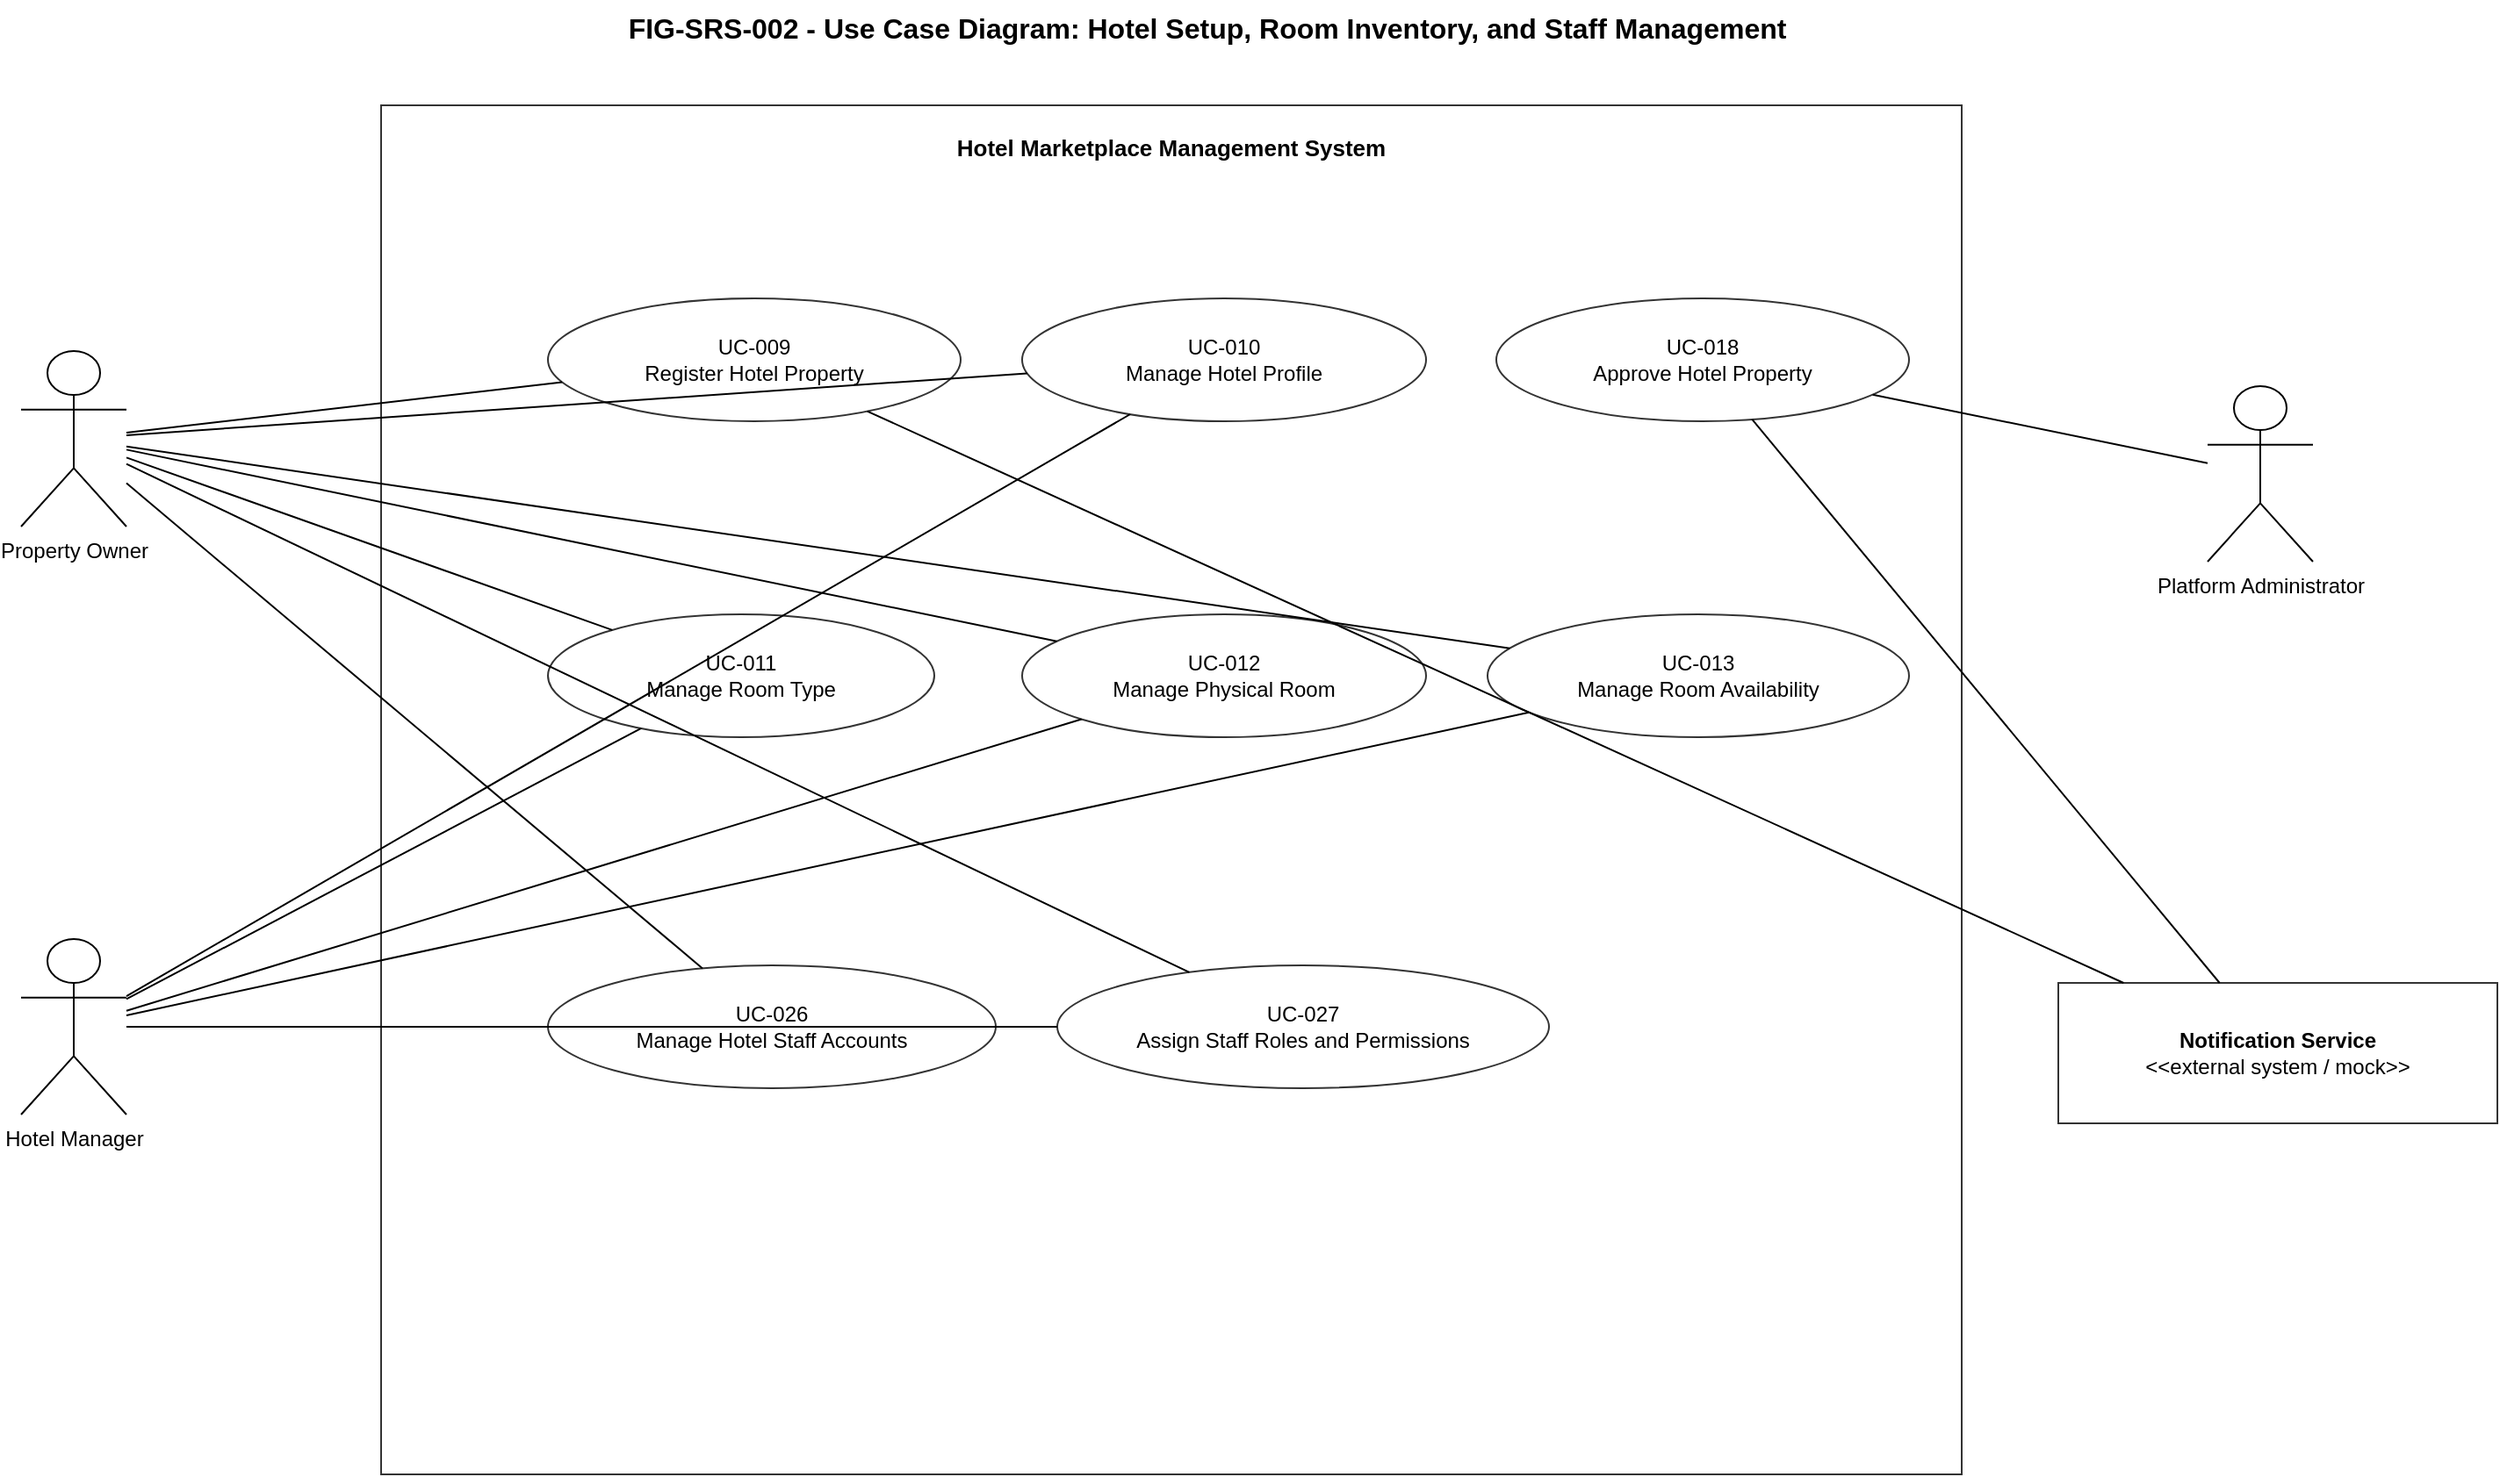
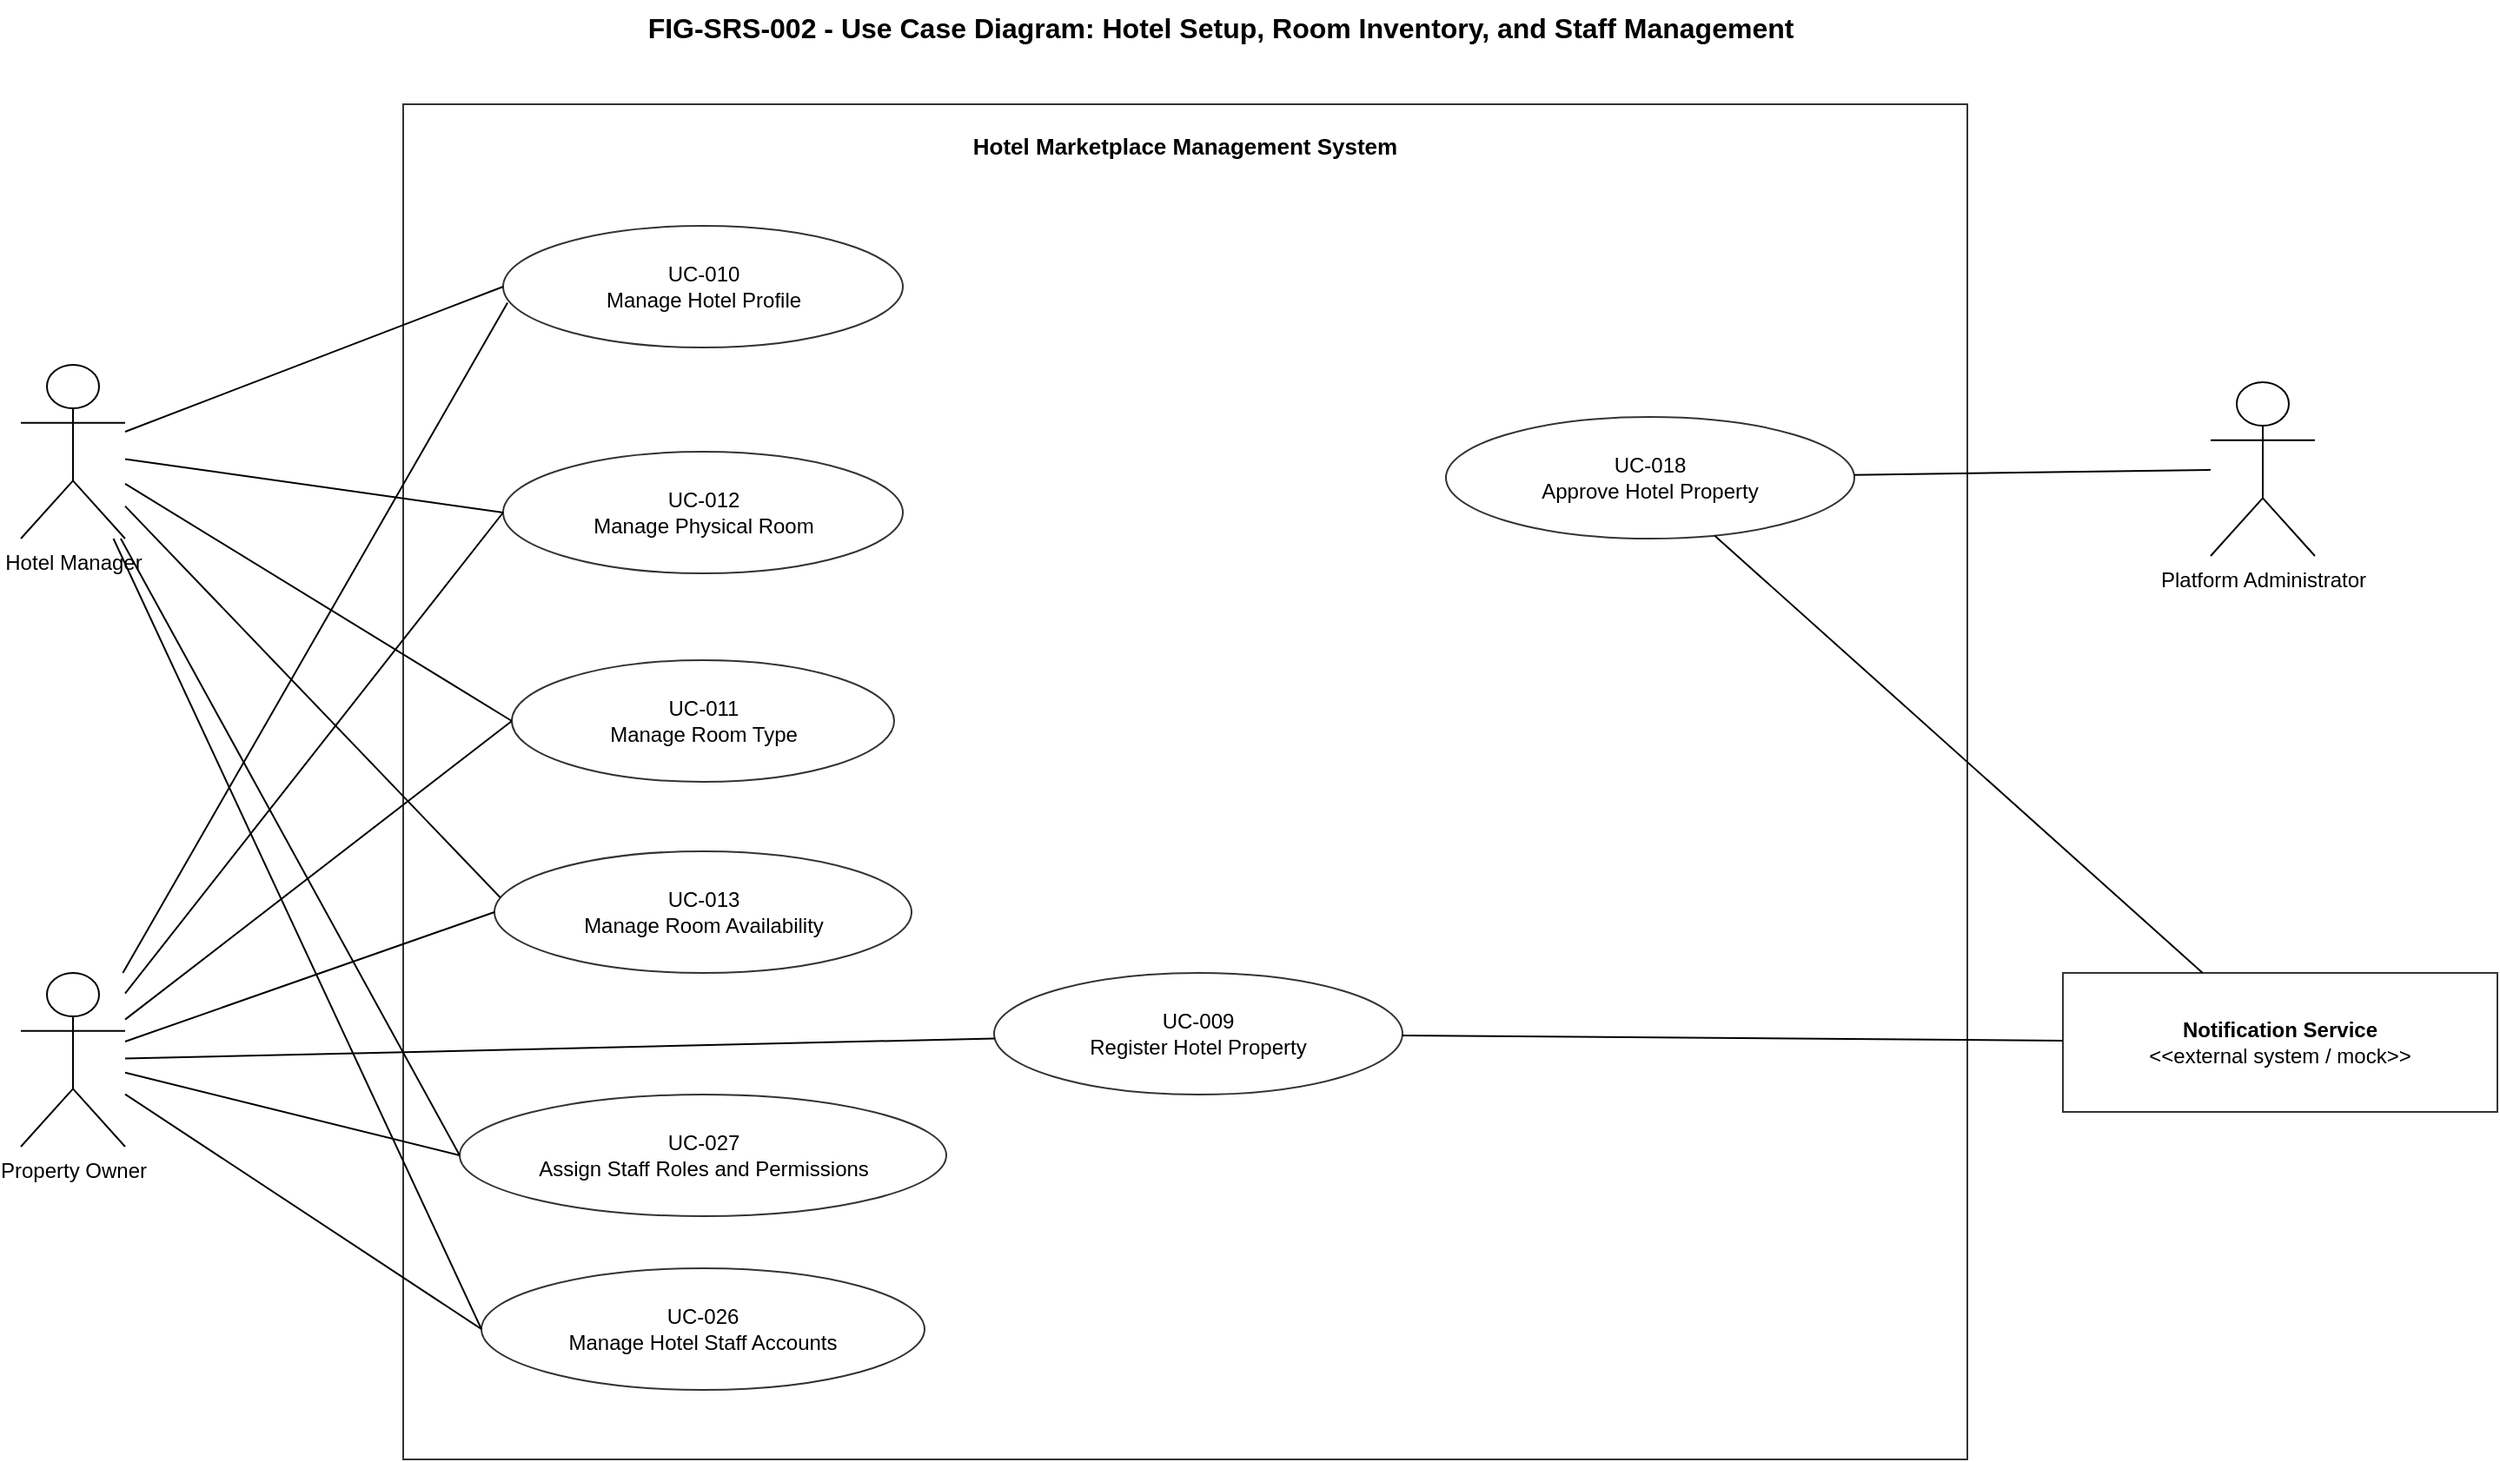
- <mxfile host="app.diagrams.net">
-   <diagram name="FIG-SRS-002 - Hotel Setup Inventory Staff">
-     <mxGraphModel dx="1200" dy="800" grid="1" gridSize="10" guides="1" tooltips="1" connect="1" arrows="1" fold="1" page="1" pageScale="1" pageWidth="1600" pageHeight="1000" math="0" shadow="0">
+ <mxfile host="Electron" agent="Mozilla/5.0 (Windows NT 10.0; Win64; x64) AppleWebKit/537.36 (KHTML, like Gecko) draw.io/29.6.6 Chrome/144.0.7559.236 Electron/40.8.4 Safari/537.36" version="29.6.6">
+   <diagram name="FIG-SRS-002 - Hotel Setup Inventory Staff" id="0">
+     <mxGraphModel dx="1603" dy="963" grid="1" gridSize="10" guides="1" tooltips="1" connect="1" arrows="1" fold="1" page="1" pageScale="1" pageWidth="1600" pageHeight="1000" math="0" shadow="0">
      <root>
-         <mxCell id="0"/>
-         <mxCell id="1" parent="0"/>
-         <mxCell id="title" value="FIG-SRS-002 - Use Case Diagram: Hotel Setup, Room Inventory, and Staff Management" style="text;html=1;strokeColor=none;fillColor=none;fontSize=16;fontStyle=1;align=center;" vertex="1" parent="1">
-           <mxGeometry x="330" y="30" width="940" height="40" as="geometry"/>
+         <mxCell id="0" />
+         <mxCell id="1" parent="0" />
+         <mxCell id="title" parent="1" style="text;html=1;strokeColor=none;fillColor=none;fontSize=16;fontStyle=1;align=center;" value="FIG-SRS-002 - Use Case Diagram: Hotel Setup, Room Inventory, and Staff Management" vertex="1">
+           <mxGeometry height="40" width="940" x="330" y="30" as="geometry" />
        </mxCell>
-         <mxCell id="boundary_hotel_setup" value="Hotel Marketplace Management System" style="rounded=0;whiteSpace=wrap;html=1;fillColor=none;strokeColor=#333333;strokeWidth=1;fontSize=13;fontStyle=1;verticalAlign=top;align=center;spacingTop=10;" vertex="1" parent="1">
-           <mxGeometry x="330" y="90" width="900" height="780" as="geometry"/>
+         <mxCell id="boundary_hotel_setup" parent="1" style="rounded=0;whiteSpace=wrap;html=1;fillColor=none;strokeColor=#333333;strokeWidth=1;fontSize=13;fontStyle=1;verticalAlign=top;align=center;spacingTop=10;" value="Hotel Marketplace Management System" vertex="1">
+           <mxGeometry height="780" width="900" x="330" y="90" as="geometry" />
        </mxCell>
-         <mxCell id="actor_owner" value="Property Owner" style="shape=umlActor;verticalLabelPosition=bottom;verticalAlign=top;html=1;outlineConnect=0;fontSize=12;" vertex="1" parent="1">
-           <mxGeometry x="125" y="230" width="60" height="100" as="geometry"/>
+         <mxCell id="uc_009" parent="boundary_hotel_setup" style="ellipse;whiteSpace=wrap;html=1;fillColor=#ffffff;strokeColor=#333333;fontSize=12;" value="UC-009&#xa;Register Hotel Property" vertex="1">
+           <mxGeometry height="70" width="235" x="340" y="500" as="geometry" />
        </mxCell>
-         <mxCell id="actor_manager" value="Hotel Manager" style="shape=umlActor;verticalLabelPosition=bottom;verticalAlign=top;html=1;outlineConnect=0;fontSize=12;" vertex="1" parent="1">
-           <mxGeometry x="125" y="565" width="60" height="100" as="geometry"/>
+         <mxCell id="uc_010" parent="boundary_hotel_setup" style="ellipse;whiteSpace=wrap;html=1;fillColor=#ffffff;strokeColor=#333333;fontSize=12;" value="UC-010&#xa;Manage Hotel Profile" vertex="1">
+           <mxGeometry height="70" width="230" x="57.5" y="70" as="geometry" />
        </mxCell>
-         <mxCell id="actor_admin" value="Platform Administrator" style="shape=umlActor;verticalLabelPosition=bottom;verticalAlign=top;html=1;outlineConnect=0;fontSize=12;" vertex="1" parent="1">
-           <mxGeometry x="1370" y="250" width="60" height="100" as="geometry"/>
+         <mxCell id="uc_011" parent="boundary_hotel_setup" style="ellipse;whiteSpace=wrap;html=1;fillColor=#ffffff;strokeColor=#333333;fontSize=12;" value="UC-011&#xa;Manage Room Type" vertex="1">
+           <mxGeometry height="70" width="220" x="62.5" y="320" as="geometry" />
        </mxCell>
-         <mxCell id="actor_notification" value="&lt;b&gt;Notification Service&lt;/b&gt;&lt;br&gt;&amp;lt;&amp;lt;external system / mock&amp;gt;&amp;gt;" style="rounded=0;whiteSpace=wrap;html=1;fillColor=#ffffff;strokeColor=#333333;fontSize=12;align=center;verticalAlign=middle;" vertex="1" parent="1">
-           <mxGeometry x="1285" y="590" width="250" height="80" as="geometry"/>
+         <mxCell id="uc_012" parent="boundary_hotel_setup" style="ellipse;whiteSpace=wrap;html=1;fillColor=#ffffff;strokeColor=#333333;fontSize=12;" value="UC-012&#xa;Manage Physical Room" vertex="1">
+           <mxGeometry height="70" width="230" x="57.5" y="200" as="geometry" />
        </mxCell>
-         <mxCell id="uc_009" value="UC-009&#xa;Register Hotel Property" style="ellipse;whiteSpace=wrap;html=1;fillColor=#ffffff;strokeColor=#333333;fontSize=12;" vertex="1" parent="boundary_hotel_setup">
-           <mxGeometry x="95" y="110" width="235" height="70" as="geometry"/>
+         <mxCell id="uc_013" parent="boundary_hotel_setup" style="ellipse;whiteSpace=wrap;html=1;fillColor=#ffffff;strokeColor=#333333;fontSize=12;" value="UC-013&#xa;Manage Room Availability" vertex="1">
+           <mxGeometry height="70" width="240" x="52.5" y="430" as="geometry" />
        </mxCell>
-         <mxCell id="uc_010" value="UC-010&#xa;Manage Hotel Profile" style="ellipse;whiteSpace=wrap;html=1;fillColor=#ffffff;strokeColor=#333333;fontSize=12;" vertex="1" parent="boundary_hotel_setup">
-           <mxGeometry x="365" y="110" width="230" height="70" as="geometry"/>
+         <mxCell id="uc_026" parent="boundary_hotel_setup" style="ellipse;whiteSpace=wrap;html=1;fillColor=#ffffff;strokeColor=#333333;fontSize=12;" value="UC-026&#xa;Manage Hotel Staff Accounts" vertex="1">
+           <mxGeometry height="70" width="255" x="45" y="670" as="geometry" />
        </mxCell>
-         <mxCell id="uc_011" value="UC-011&#xa;Manage Room Type" style="ellipse;whiteSpace=wrap;html=1;fillColor=#ffffff;strokeColor=#333333;fontSize=12;" vertex="1" parent="boundary_hotel_setup">
-           <mxGeometry x="95" y="290" width="220" height="70" as="geometry"/>
+         <mxCell id="uc_027" parent="boundary_hotel_setup" style="ellipse;whiteSpace=wrap;html=1;fillColor=#ffffff;strokeColor=#333333;fontSize=12;" value="UC-027&#xa;Assign Staff Roles and Permissions" vertex="1">
+           <mxGeometry height="70" width="280" x="32.5" y="570" as="geometry" />
        </mxCell>
-         <mxCell id="uc_012" value="UC-012&#xa;Manage Physical Room" style="ellipse;whiteSpace=wrap;html=1;fillColor=#ffffff;strokeColor=#333333;fontSize=12;" vertex="1" parent="boundary_hotel_setup">
-           <mxGeometry x="365" y="290" width="230" height="70" as="geometry"/>
+         <mxCell id="uc_018" parent="boundary_hotel_setup" style="ellipse;whiteSpace=wrap;html=1;fillColor=#ffffff;strokeColor=#333333;fontSize=12;" value="UC-018&#xa;Approve Hotel Property" vertex="1">
+           <mxGeometry height="70" width="235" x="600" y="180" as="geometry" />
        </mxCell>
-         <mxCell id="uc_013" value="UC-013&#xa;Manage Room Availability" style="ellipse;whiteSpace=wrap;html=1;fillColor=#ffffff;strokeColor=#333333;fontSize=12;" vertex="1" parent="boundary_hotel_setup">
-           <mxGeometry x="630" y="290" width="240" height="70" as="geometry"/>
+         <mxCell id="actor_owner" parent="1" style="shape=umlActor;verticalLabelPosition=bottom;verticalAlign=top;html=1;outlineConnect=0;fontSize=12;" value="Property Owner" vertex="1">
+           <mxGeometry height="100" width="60" x="110" y="590" as="geometry" />
        </mxCell>
-         <mxCell id="uc_026" value="UC-026&#xa;Manage Hotel Staff Accounts" style="ellipse;whiteSpace=wrap;html=1;fillColor=#ffffff;strokeColor=#333333;fontSize=12;" vertex="1" parent="boundary_hotel_setup">
-           <mxGeometry x="95" y="490" width="255" height="70" as="geometry"/>
+         <mxCell id="actor_manager" parent="1" style="shape=umlActor;verticalLabelPosition=bottom;verticalAlign=top;html=1;outlineConnect=0;fontSize=12;" value="Hotel Manager" vertex="1">
+           <mxGeometry height="100" width="60" x="110" y="240" as="geometry" />
        </mxCell>
-         <mxCell id="uc_027" value="UC-027&#xa;Assign Staff Roles and Permissions" style="ellipse;whiteSpace=wrap;html=1;fillColor=#ffffff;strokeColor=#333333;fontSize=12;" vertex="1" parent="boundary_hotel_setup">
-           <mxGeometry x="385" y="490" width="280" height="70" as="geometry"/>
+         <mxCell id="actor_admin" parent="1" style="shape=umlActor;verticalLabelPosition=bottom;verticalAlign=top;html=1;outlineConnect=0;fontSize=12;" value="Platform Administrator" vertex="1">
+           <mxGeometry height="100" width="60" x="1370" y="250" as="geometry" />
        </mxCell>
-         <mxCell id="uc_018" value="UC-018&#xa;Approve Hotel Property" style="ellipse;whiteSpace=wrap;html=1;fillColor=#ffffff;strokeColor=#333333;fontSize=12;" vertex="1" parent="boundary_hotel_setup">
-           <mxGeometry x="635" y="110" width="235" height="70" as="geometry"/>
+         <mxCell id="actor_notification" parent="1" style="rounded=0;whiteSpace=wrap;html=1;fillColor=#ffffff;strokeColor=#333333;fontSize=12;align=center;verticalAlign=middle;" value="&lt;b&gt;Notification Service&lt;/b&gt;&lt;br&gt;&amp;lt;&amp;lt;external system / mock&amp;gt;&amp;gt;" vertex="1">
+           <mxGeometry height="80" width="250" x="1285" y="590" as="geometry" />
        </mxCell>
-         <mxCell id="a_owner_register" style="endArrow=none;html=1;rounded=0;" edge="1" parent="1" source="actor_owner" target="uc_009"><mxGeometry relative="1" as="geometry"/></mxCell>
-         <mxCell id="a_owner_profile" style="endArrow=none;html=1;rounded=0;" edge="1" parent="1" source="actor_owner" target="uc_010"><mxGeometry relative="1" as="geometry"/></mxCell>
-         <mxCell id="a_owner_type" style="endArrow=none;html=1;rounded=0;" edge="1" parent="1" source="actor_owner" target="uc_011"><mxGeometry relative="1" as="geometry"/></mxCell>
-         <mxCell id="a_owner_room" style="endArrow=none;html=1;rounded=0;" edge="1" parent="1" source="actor_owner" target="uc_012"><mxGeometry relative="1" as="geometry"/></mxCell>
-         <mxCell id="a_owner_avail" style="endArrow=none;html=1;rounded=0;" edge="1" parent="1" source="actor_owner" target="uc_013"><mxGeometry relative="1" as="geometry"/></mxCell>
-         <mxCell id="a_owner_staff_accounts" style="endArrow=none;html=1;rounded=0;" edge="1" parent="1" source="actor_owner" target="uc_026"><mxGeometry relative="1" as="geometry"/></mxCell>
-         <mxCell id="a_owner_roles" style="endArrow=none;html=1;rounded=0;" edge="1" parent="1" source="actor_owner" target="uc_027"><mxGeometry relative="1" as="geometry"/></mxCell>
-         <mxCell id="a_manager_profile" style="endArrow=none;html=1;rounded=0;" edge="1" parent="1" source="actor_manager" target="uc_010"><mxGeometry relative="1" as="geometry"/></mxCell>
-         <mxCell id="a_manager_type" style="endArrow=none;html=1;rounded=0;" edge="1" parent="1" source="actor_manager" target="uc_011"><mxGeometry relative="1" as="geometry"/></mxCell>
-         <mxCell id="a_manager_room" style="endArrow=none;html=1;rounded=0;" edge="1" parent="1" source="actor_manager" target="uc_012"><mxGeometry relative="1" as="geometry"/></mxCell>
-         <mxCell id="a_manager_avail" style="endArrow=none;html=1;rounded=0;" edge="1" parent="1" source="actor_manager" target="uc_013"><mxGeometry relative="1" as="geometry"/></mxCell>
-         <mxCell id="a_manager_staff_accounts" style="endArrow=none;html=1;rounded=0;" edge="1" parent="1" source="actor_manager" target="uc_026"><mxGeometry relative="1" as="geometry"/></mxCell>
-         <mxCell id="a_manager_roles" style="endArrow=none;html=1;rounded=0;" edge="1" parent="1" source="actor_manager" target="uc_027"><mxGeometry relative="1" as="geometry"/></mxCell>
-         <mxCell id="a_admin_approve" style="endArrow=none;html=1;rounded=0;" edge="1" parent="1" source="actor_admin" target="uc_018"><mxGeometry relative="1" as="geometry"/></mxCell>
-         <mxCell id="a_notification_register" style="endArrow=none;html=1;rounded=0;" edge="1" parent="1" source="actor_notification" target="uc_009"><mxGeometry relative="1" as="geometry"/></mxCell>
-         <mxCell id="a_notification_approve" style="endArrow=none;html=1;rounded=0;" edge="1" parent="1" source="actor_notification" target="uc_018"><mxGeometry relative="1" as="geometry"/></mxCell>
+         <mxCell id="a_owner_register" edge="1" parent="1" source="actor_owner" style="endArrow=none;html=1;rounded=0;" target="uc_009">
+           <mxGeometry relative="1" as="geometry" />
+         </mxCell>
+         <mxCell id="a_owner_profile" edge="1" parent="1" source="actor_owner" style="endArrow=none;html=1;rounded=0;entryX=0.011;entryY=0.633;entryDx=0;entryDy=0;entryPerimeter=0;" target="uc_010">
+           <mxGeometry relative="1" as="geometry" />
+         </mxCell>
+         <mxCell id="a_owner_type" edge="1" parent="1" source="actor_owner" style="endArrow=none;html=1;rounded=0;entryX=0;entryY=0.5;entryDx=0;entryDy=0;" target="uc_011">
+           <mxGeometry relative="1" as="geometry" />
+         </mxCell>
+         <mxCell id="a_owner_room" edge="1" parent="1" source="actor_owner" style="endArrow=none;html=1;rounded=0;entryX=0;entryY=0.5;entryDx=0;entryDy=0;" target="uc_012">
+           <mxGeometry relative="1" as="geometry" />
+         </mxCell>
+         <mxCell id="a_owner_avail" edge="1" parent="1" source="actor_owner" style="endArrow=none;html=1;rounded=0;entryX=0;entryY=0.5;entryDx=0;entryDy=0;" target="uc_013">
+           <mxGeometry relative="1" as="geometry">
+             <mxPoint x="409" y="577" as="targetPoint" />
+           </mxGeometry>
+         </mxCell>
+         <mxCell id="a_owner_staff_accounts" edge="1" parent="1" source="actor_owner" style="endArrow=none;html=1;rounded=0;entryX=0;entryY=0.5;entryDx=0;entryDy=0;" target="uc_026">
+           <mxGeometry relative="1" as="geometry" />
+         </mxCell>
+         <mxCell id="a_owner_roles" edge="1" parent="1" source="actor_owner" style="endArrow=none;html=1;rounded=0;entryX=0;entryY=0.5;entryDx=0;entryDy=0;" target="uc_027">
+           <mxGeometry relative="1" as="geometry" />
+         </mxCell>
+         <mxCell id="a_manager_profile" edge="1" parent="1" source="actor_manager" style="endArrow=none;html=1;rounded=0;entryX=0;entryY=0.5;entryDx=0;entryDy=0;" target="uc_010">
+           <mxGeometry relative="1" as="geometry" />
+         </mxCell>
+         <mxCell id="a_manager_type" edge="1" parent="1" source="actor_manager" style="endArrow=none;html=1;rounded=0;entryX=0;entryY=0.5;entryDx=0;entryDy=0;" target="uc_011">
+           <mxGeometry relative="1" as="geometry" />
+         </mxCell>
+         <mxCell id="a_manager_room" edge="1" parent="1" source="actor_manager" style="endArrow=none;html=1;rounded=0;entryX=0;entryY=0.5;entryDx=0;entryDy=0;" target="uc_012">
+           <mxGeometry relative="1" as="geometry" />
+         </mxCell>
+         <mxCell id="a_manager_avail" edge="1" parent="1" source="actor_manager" style="endArrow=none;html=1;rounded=0;entryX=0.014;entryY=0.38;entryDx=0;entryDy=0;entryPerimeter=0;" target="uc_013">
+           <mxGeometry relative="1" as="geometry" />
+         </mxCell>
+         <mxCell id="a_manager_staff_accounts" edge="1" parent="1" source="actor_manager" style="endArrow=none;html=1;rounded=0;entryX=0;entryY=0.5;entryDx=0;entryDy=0;" target="uc_026">
+           <mxGeometry relative="1" as="geometry" />
+         </mxCell>
+         <mxCell id="a_manager_roles" edge="1" parent="1" source="actor_manager" style="endArrow=none;html=1;rounded=0;entryX=0;entryY=0.5;entryDx=0;entryDy=0;" target="uc_027">
+           <mxGeometry relative="1" as="geometry" />
+         </mxCell>
+         <mxCell id="a_admin_approve" edge="1" parent="1" source="actor_admin" style="endArrow=none;html=1;rounded=0;" target="uc_018">
+           <mxGeometry relative="1" as="geometry" />
+         </mxCell>
+         <mxCell id="a_notification_register" edge="1" parent="1" source="actor_notification" style="endArrow=none;html=1;rounded=0;" target="uc_009">
+           <mxGeometry relative="1" as="geometry" />
+         </mxCell>
+         <mxCell id="a_notification_approve" edge="1" parent="1" source="actor_notification" style="endArrow=none;html=1;rounded=0;" target="uc_018">
+           <mxGeometry relative="1" as="geometry" />
+         </mxCell>
      </root>
    </mxGraphModel>
  </diagram>
</mxfile>
